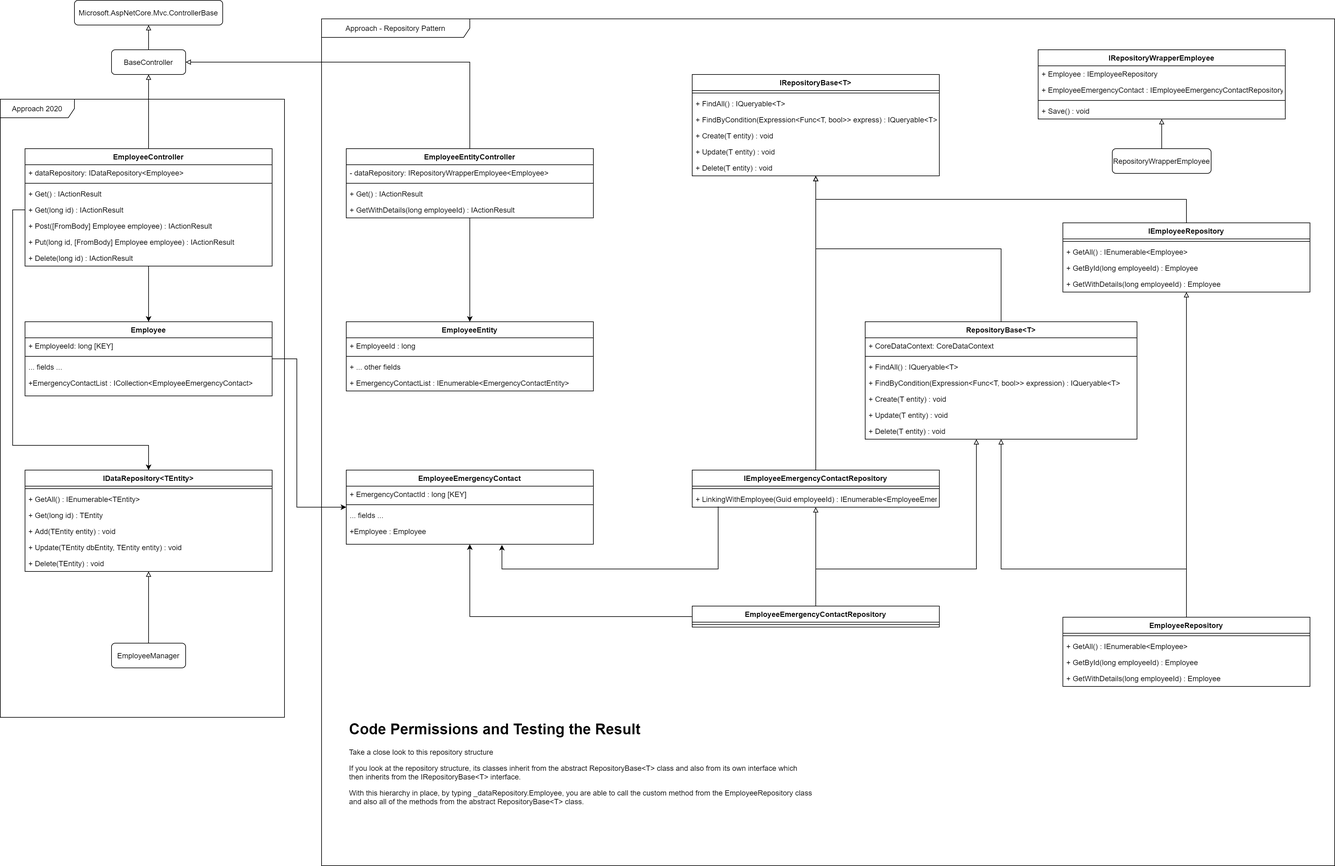
Above: Diagram/ClassDiagram.png in Otaku-Projects/CardSystem-Core (draw.io), before the change. Source tidied: cells renumbered, new cells last; positions are measured from the earlier drawing's top-left corner, leaving out a move shared by most shapes.
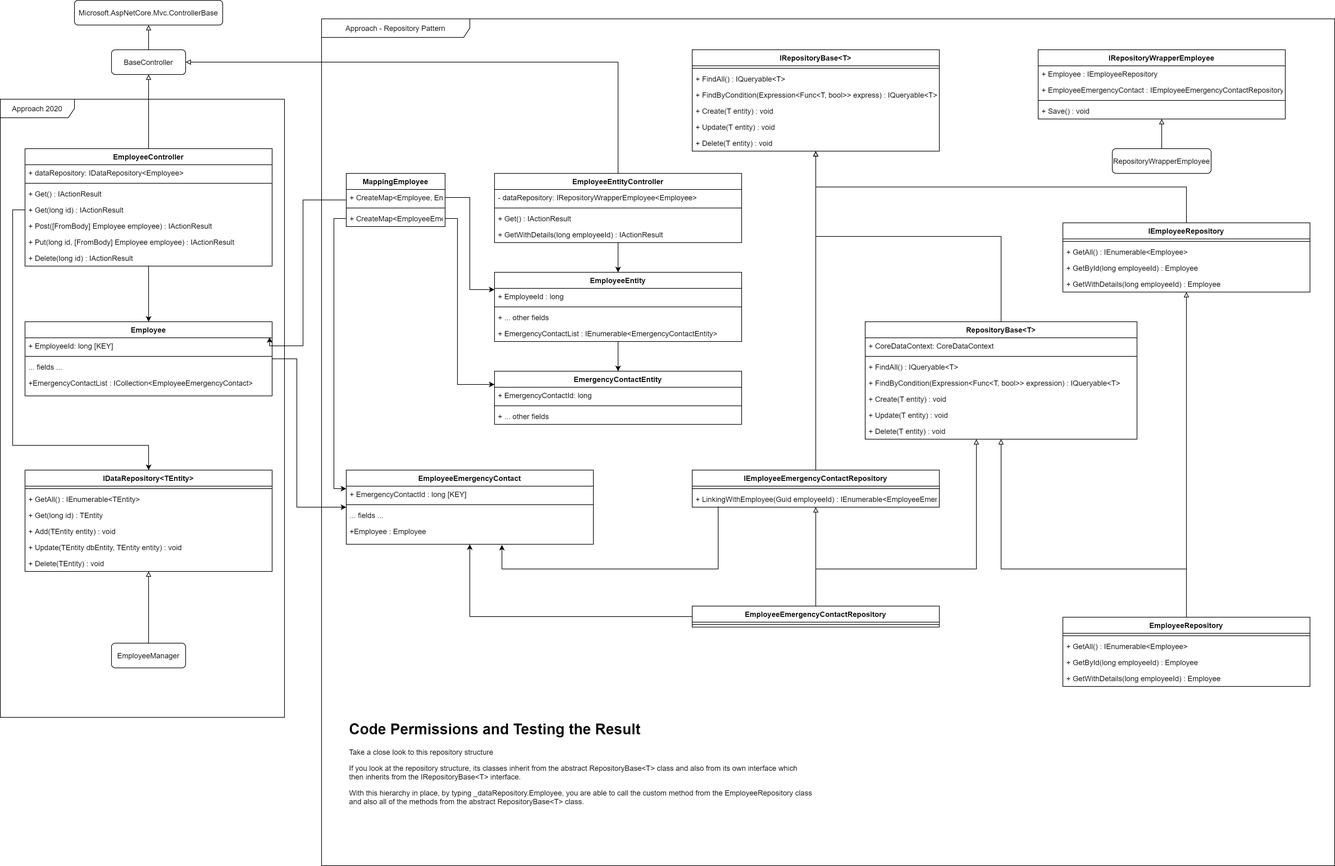
Above is the later version.

Diff of the diagram source:
```diff
@@ -2,12 +2,12 @@
   <root>
     <mxCell id="0" />
     <mxCell id="1" parent="0" />
+    <mxCell id="3" value="Approach - Repository Pattern" style="shape=umlFrame;whiteSpace=wrap;html=1;width=240;height=30;" parent="1" vertex="1">
+      <mxGeometry x="520" y="30" width="1640" height="1370" as="geometry" />
+    </mxCell>
     <mxCell id="2" value="Approach 2020" style="shape=umlFrame;whiteSpace=wrap;html=1;width=120;height=30;" parent="1" vertex="1">
       <mxGeometry y="160" width="460" height="1000" as="geometry" />
     </mxCell>
-    <mxCell id="3" value="Approach - Repository Pattern" style="shape=umlFrame;whiteSpace=wrap;html=1;width=240;height=30;" parent="1" vertex="1">
-      <mxGeometry x="520" y="30" width="1640" height="1370" as="geometry" />
-    </mxCell>
     <mxCell id="4" style="edgeStyle=orthogonalEdgeStyle;rounded=0;jettySize=auto;html=1;endArrow=block;endFill=0;" parent="1" edge="1" source="72" target="54">
       <mxGeometry relative="1" as="geometry" />
     </mxCell>
@@ -111,7 +111,7 @@
       <mxGeometry y="164" width="400" height="26" as="geometry" />
     </mxCell>
     <mxCell id="33" value="EmployeeEntityController" style="swimlane;fontStyle=1;align=center;verticalAlign=top;horizontal=1;startSize=26;" parent="1" vertex="1">
-      <mxGeometry x="560" y="240" width="400" height="112" as="geometry" />
+      <mxGeometry x="800" y="280" width="400" height="112" as="geometry" />
     </mxCell>
     <mxCell id="34" value="- dataRepository: IRepositoryWrapperEmployee&lt;Employee&gt;" style="text;strokeColor=none;fillColor=none;align=left;verticalAlign=top;spacingLeft=4;spacingRight=4;overflow=hidden;" parent="33" vertex="1">
       <mxGeometry y="26" width="400" height="26" as="geometry" />
@@ -128,8 +128,11 @@
     <mxCell id="38" style="edgeStyle=orthogonalEdgeStyle;rounded=0;jettySize=auto;html=1;entryX=1;entryY=0.5;entryDx=0;entryDy=0;endArrow=block;endFill=0;exitX=0.5;exitY=0;exitDx=0;exitDy=0;" parent="1" edge="1" source="33" target="6">
       <mxGeometry relative="1" as="geometry" />
     </mxCell>
+    <mxCell id="97" style="edgeStyle=orthogonalEdgeStyle;rounded=0;jettySize=auto;html=1;entryX=0.5;entryY=0;entryDx=0;entryDy=0;" parent="1" edge="1" source="39" target="98">
+      <mxGeometry relative="1" as="geometry" />
+    </mxCell>
     <mxCell id="39" value="EmployeeEntity" style="swimlane;fontStyle=1;align=center;verticalAlign=top;horizontal=1;startSize=26;" parent="1" vertex="1">
-      <mxGeometry x="560" y="520" width="400" height="112" as="geometry" />
+      <mxGeometry x="800" y="440" width="400" height="112" as="geometry" />
     </mxCell>
     <mxCell id="40" value="+ EmployeeId : long" style="text;strokeColor=none;fillColor=none;align=left;verticalAlign=top;spacingLeft=4;spacingRight=4;overflow=hidden;" parent="39" vertex="1">
       <mxGeometry y="26" width="400" height="26" as="geometry" />
@@ -180,7 +183,7 @@
       </mxGeometry>
     </mxCell>
     <mxCell id="54" value="IRepositoryBase&lt;T&gt;" style="swimlane;fontStyle=1;align=center;verticalAlign=top;horizontal=1;startSize=26;" parent="1" vertex="1">
-      <mxGeometry x="1120" y="120" width="400" height="164" as="geometry" />
+      <mxGeometry x="1120" y="80" width="400" height="164" as="geometry" />
     </mxCell>
     <mxCell id="55" style="line;strokeWidth=1;fillColor=none;align=left;verticalAlign=middle;spacingTop=-1;spacingLeft=3;spacingRight=3;labelPosition=right;" parent="54" vertex="1">
       <mxGeometry y="26" width="400" height="8" as="geometry" />
@@ -313,5 +316,57 @@
     <mxCell id="96" style="line;strokeWidth=1;fillColor=none;align=left;verticalAlign=middle;spacingTop=-1;spacingLeft=3;spacingRight=3;labelPosition=right;" parent="95" vertex="1">
       <mxGeometry y="26" width="400" height="8" as="geometry" />
     </mxCell>
+    <mxCell id="98" value="EmergencyContactEntity" style="swimlane;fontStyle=1;align=center;verticalAlign=top;horizontal=1;startSize=26;" parent="1" vertex="1">
+      <mxGeometry x="800" y="600" width="400" height="86" as="geometry" />
+    </mxCell>
+    <mxCell id="99" value="+ EmergencyContactId: long" style="text;strokeColor=none;fillColor=none;align=left;verticalAlign=top;spacingLeft=4;spacingRight=4;overflow=hidden;" parent="98" vertex="1">
+      <mxGeometry y="26" width="400" height="26" as="geometry" />
+    </mxCell>
+    <mxCell id="100" style="line;strokeWidth=1;fillColor=none;align=left;verticalAlign=middle;spacingTop=-1;spacingLeft=3;spacingRight=3;labelPosition=right;" parent="98" vertex="1">
+      <mxGeometry y="52" width="400" height="8" as="geometry" />
+    </mxCell>
+    <mxCell id="101" value="+ ... other fields" style="text;strokeColor=none;fillColor=none;align=left;verticalAlign=top;spacingLeft=4;spacingRight=4;overflow=hidden;" parent="98" vertex="1">
+      <mxGeometry y="60" width="400" height="26" as="geometry" />
+    </mxCell>
+    <mxCell id="102" style="edgeStyle=orthogonalEdgeStyle;rounded=0;jettySize=auto;html=1;entryX=0.99;entryY=-0.038;entryDx=0;entryDy=0;entryPerimeter=0;" parent="1" edge="1" source="103" target="21">
+      <mxGeometry relative="1" as="geometry">
+        <Array as="points">
+          <mxPoint x="490" y="323" />
+          <mxPoint x="490" y="559" />
+          <mxPoint x="436" y="559" />
+        </Array>
+      </mxGeometry>
+    </mxCell>
+    <mxCell id="103" value="MappingEmployee" style="swimlane;fontStyle=1;align=center;verticalAlign=top;horizontal=1;startSize=26;" parent="1" vertex="1">
+      <mxGeometry x="560" y="280" width="160" height="86" as="geometry" />
+    </mxCell>
+    <mxCell id="104" value="+ CreateMap&lt;Employee, EmployeeEntity&gt;" style="text;strokeColor=none;fillColor=none;align=left;verticalAlign=top;spacingLeft=4;spacingRight=4;overflow=hidden;points=[[0,0.5],[1,0.5]];portConstraint=eastwest;" parent="103" vertex="1">
+      <mxGeometry y="26" width="160" height="26" as="geometry" />
+    </mxCell>
+    <mxCell id="105" style="line;strokeWidth=1;fillColor=none;align=left;verticalAlign=middle;spacingTop=-1;spacingLeft=3;spacingRight=3;labelPosition=right;" parent="103" vertex="1">
+      <mxGeometry y="52" width="160" height="8" as="geometry" />
+    </mxCell>
+    <mxCell id="106" value="+ CreateMap&lt;EmployeeEmergencyContact, EmergencyContactEntity&gt;" style="text;strokeColor=none;fillColor=none;align=left;verticalAlign=top;spacingLeft=4;spacingRight=4;overflow=hidden;points=[[0,0.5],[1,0.5]];portConstraint=eastwest;" parent="103" vertex="1">
+      <mxGeometry y="60" width="160" height="26" as="geometry" />
+    </mxCell>
+    <mxCell id="107" style="edgeStyle=orthogonalEdgeStyle;rounded=0;jettySize=auto;html=1;entryX=0;entryY=0.25;entryDx=0;entryDy=0;" parent="1" edge="1" source="104" target="39">
+      <mxGeometry relative="1" as="geometry" />
+    </mxCell>
+    <mxCell id="108" style="edgeStyle=orthogonalEdgeStyle;rounded=0;jettySize=auto;html=1;entryX=0;entryY=0.25;entryDx=0;entryDy=0;" parent="1" edge="1" source="106" target="86">
+      <mxGeometry relative="1" as="geometry">
+        <Array as="points">
+          <mxPoint x="540" y="353" />
+          <mxPoint x="540" y="790" />
+        </Array>
+      </mxGeometry>
+    </mxCell>
+    <mxCell id="109" style="edgeStyle=orthogonalEdgeStyle;rounded=0;jettySize=auto;html=1;entryX=0;entryY=0.25;entryDx=0;entryDy=0;" parent="1" edge="1" source="106" target="98">
+      <mxGeometry relative="1" as="geometry">
+        <Array as="points">
+          <mxPoint x="740" y="353" />
+          <mxPoint x="740" y="622" />
+        </Array>
+      </mxGeometry>
+    </mxCell>
   </root>
 </mxGraphModel>
```
